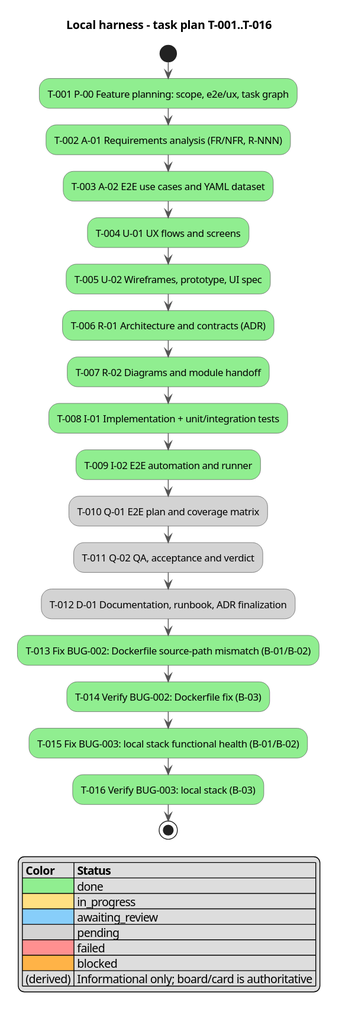
Above: docs/activity.svg in serge-sasov/ai-task-tracker (PlantUML), before the change.
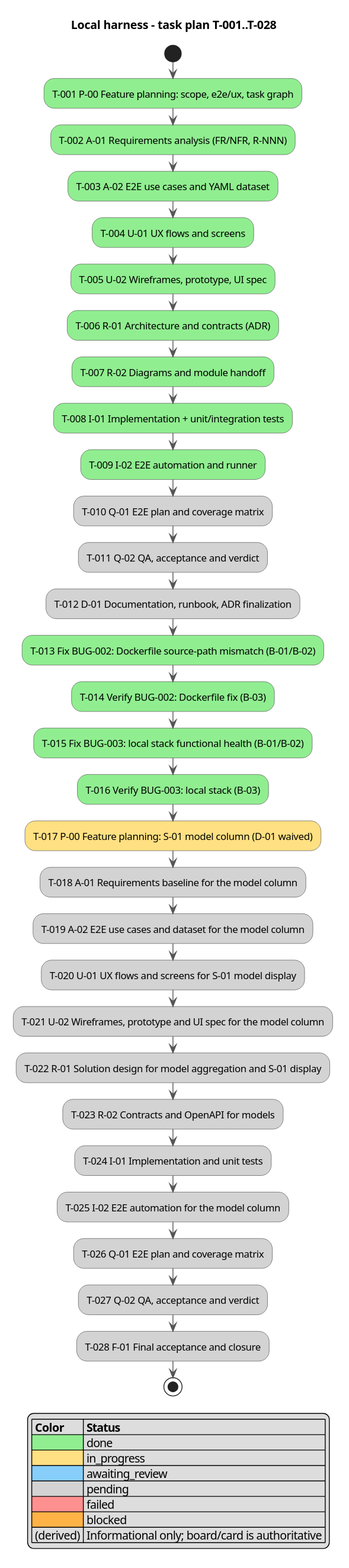
The same diagram one commit later.

The edit, as a diff of the source:
```diff
@@ -3,7 +3,7 @@
 skinparam ActivityBackgroundColor #FFFFFF
 skinparam ActivityBorderColor #555555
 skinparam ArrowColor #555555
-title Local harness - task plan T-001..T-016
+title Local harness - task plan T-001..T-028
 
 start
 :T-001 P-00 Feature planning: scope, e2e/ux, task graph; <<#90EE90>>
@@ -22,6 +22,18 @@
 :T-014 Verify BUG-002: Dockerfile fix (B-03); <<#90EE90>>
 :T-015 Fix BUG-003: local stack functional health (B-01/B-02); <<#90EE90>>
 :T-016 Verify BUG-003: local stack (B-03); <<#90EE90>>
+:T-017 P-00 Feature planning: S-01 model column (D-01 waived); <<#FFE082>>
+:T-018 A-01 Requirements baseline for the model column; <<#D3D3D3>>
+:T-019 A-02 E2E use cases and dataset for the model column; <<#D3D3D3>>
+:T-020 U-01 UX flows and screens for S-01 model display; <<#D3D3D3>>
+:T-021 U-02 Wireframes, prototype and UI spec for the model column; <<#D3D3D3>>
+:T-022 R-01 Solution design for model aggregation and S-01 display; <<#D3D3D3>>
+:T-023 R-02 Contracts and OpenAPI for models; <<#D3D3D3>>
+:T-024 I-01 Implementation and unit tests; <<#D3D3D3>>
+:T-025 I-02 E2E automation for the model column; <<#D3D3D3>>
+:T-026 Q-01 E2E plan and coverage matrix; <<#D3D3D3>>
+:T-027 Q-02 QA, acceptance and verdict; <<#D3D3D3>>
+:T-028 F-01 Final acceptance and closure; <<#D3D3D3>>
 stop
 
 legend right
```
